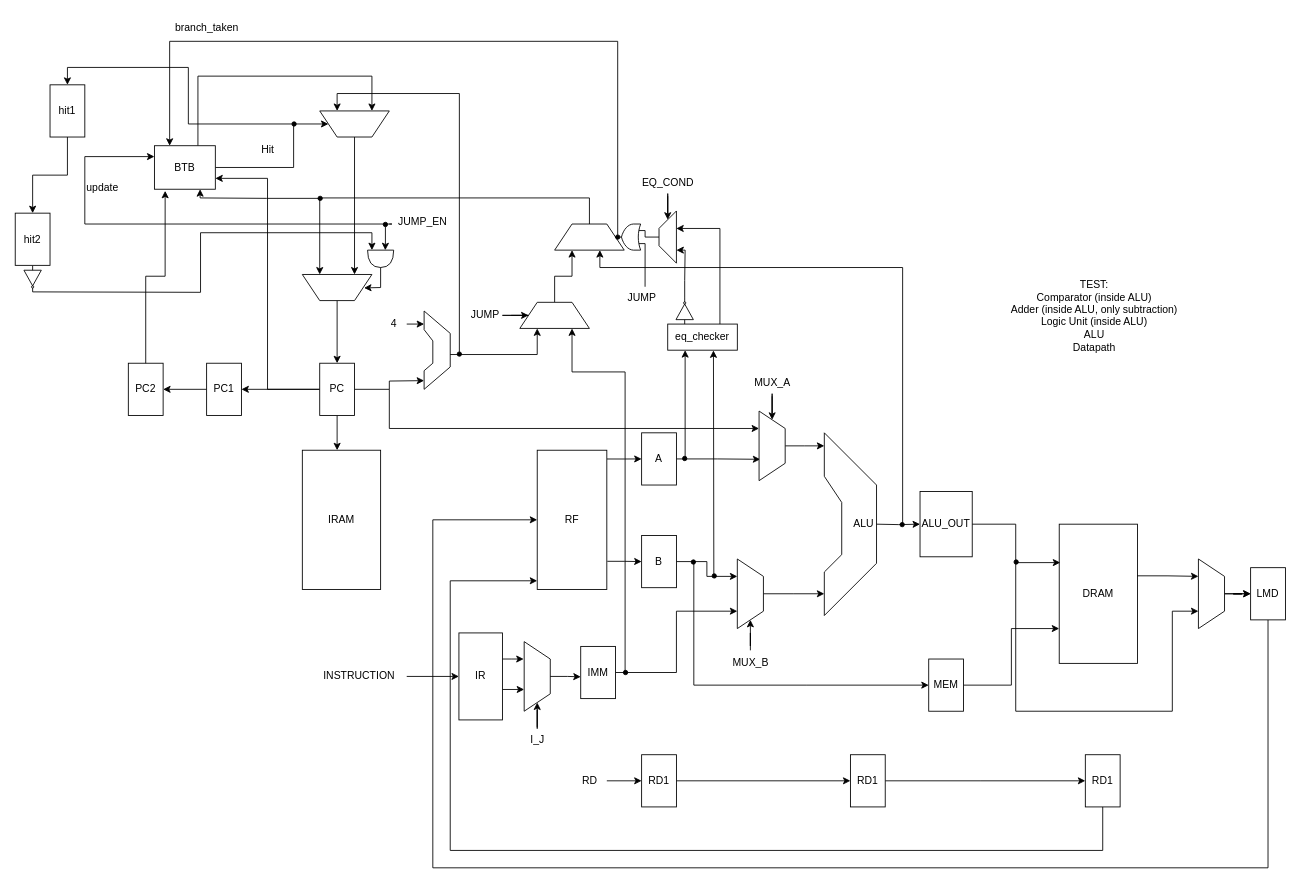
The draw.io diagram dlx.drawio in Luca-002/dlx, before the edit. Source tidied: cells renumbered, new cells numbered last; positions are measured from the earlier drawing's top-left corner, leaving out a move shared by most shapes. Both pictures are drawn from the tidied source at 87%, with x=0, y=0 at pixel (15, 15).
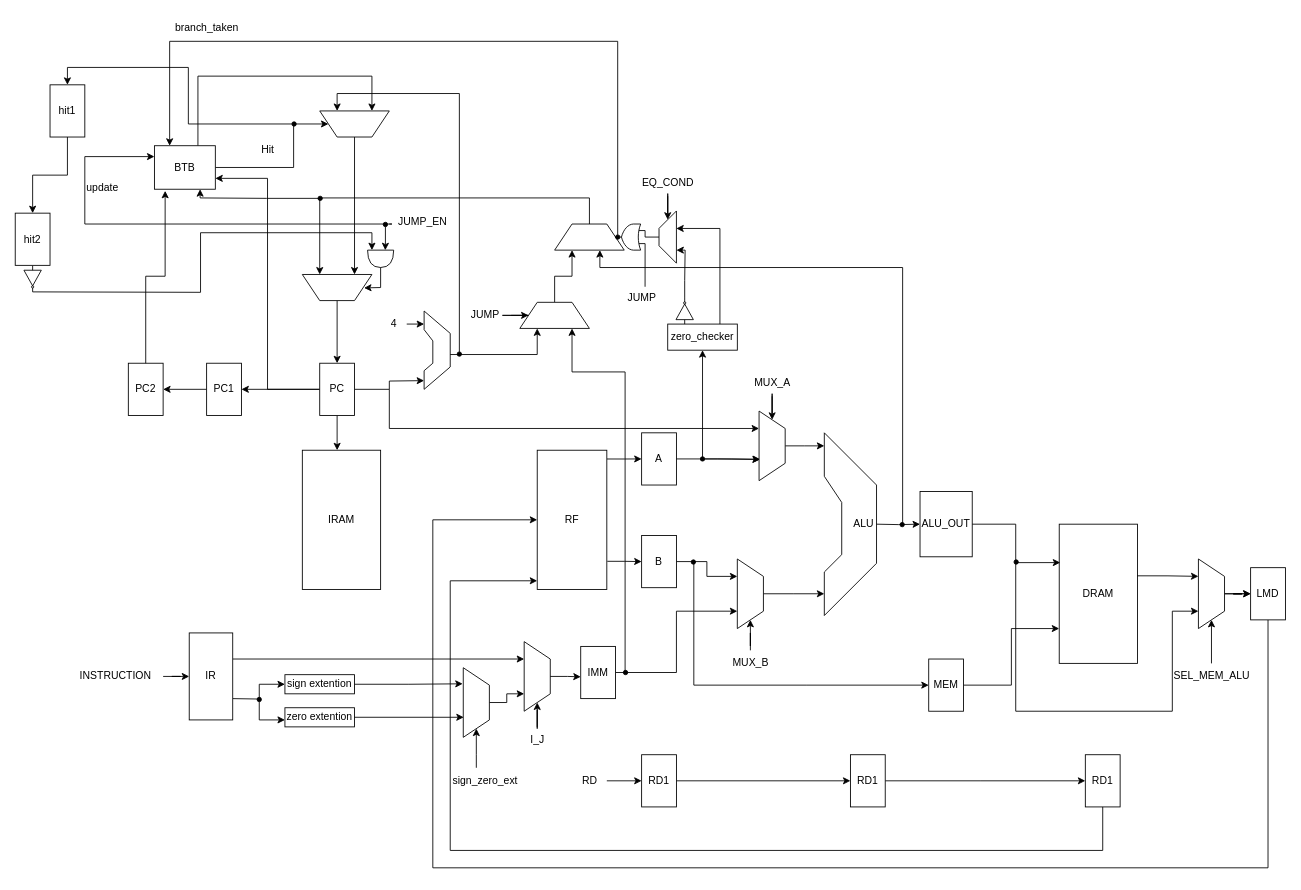
The same diagram, later.

Commit message (it also covers changes not shown here):
added zero extention to immediate and modified diagram

Unchanged cells that the change refers to:
```xml
<mxCell id="17" value="A" style="whiteSpace=wrap;html=1;" parent="1" vertex="1">
  <mxGeometry x="720" y="480" width="40" height="60" as="geometry" />
</mxCell>
<mxCell id="61" style="shape=trapezoid;perimeter=trapezoidPerimeter;whiteSpace=wrap;html=1;fixedSize=1;rotation=90;" parent="1" vertex="1">
  <mxGeometry x="1335" y="650" width="80" height="30" as="geometry" />
</mxCell>
<mxCell id="73" style="shape=trapezoid;perimeter=trapezoidPerimeter;whiteSpace=wrap;html=1;fixedSize=1;rotation=90;" parent="1" vertex="1">
  <mxGeometry x="830" y="480" width="80" height="30" as="geometry" />
</mxCell>
<mxCell id="95" style="shape=trapezoid;perimeter=trapezoidPerimeter;whiteSpace=wrap;html=1;fixedSize=1;rotation=90;" parent="1" vertex="1">
  <mxGeometry x="560" y="745" width="80" height="30" as="geometry" />
</mxCell>
```

What changed in the source:
```diff
@@
-    <mxCell id="16" style="edgeStyle=orthogonalEdgeStyle;rounded=0;jettySize=auto;html=1;entryX=0.693;entryY=0.954;entryDx=0;entryDy=0;entryPerimeter=0;" parent="1" edge="1" source="17" target="73">
+    <mxCell id="16" style="edgeStyle=orthogonalEdgeStyle;rounded=0;jettySize=auto;html=1;entryX=0.693;entryY=0.954;entryDx=0;entryDy=0;entryPerimeter=0;" parent="1" edge="1" source="77" target="73">
       <mxGeometry relative="1" as="geometry" />
     </mxCell>
@@
-    <mxCell id="69" value="eq_checker" style="whiteSpace=wrap;html=1;" parent="1" vertex="1">
+    <mxCell id="69" value="zero_checker" style="whiteSpace=wrap;html=1;" parent="1" vertex="1">
       <mxGeometry x="750" y="355" width="80" height="30" as="geometry" />
     </mxCell>
-    <mxCell id="70" style="endArrow=classic;html=1;rounded=0;entryX=0.25;entryY=1;entryDx=0;entryDy=0;" parent="1" edge="1" target="69">
+    <mxCell id="70" style="endArrow=classic;html=1;rounded=0;entryX=0.25;entryY=1;entryDx=0;entryDy=0;" parent="1" edge="1">
       <mxGeometry relative="1" as="geometry">
-        <mxPoint x="770" y="510" as="sourcePoint" />
+        <mxPoint x="790" y="510" as="sourcePoint" />
+        <mxPoint x="790" y="385" as="targetPoint" />
       </mxGeometry>
     </mxCell>
-    <mxCell id="71" style="endArrow=classic;html=1;rounded=0;entryX=0.657;entryY=1.009;entryDx=0;entryDy=0;entryPerimeter=0;" parent="1" edge="1" target="69">
-      <mxGeometry relative="1" as="geometry">
-        <mxPoint x="803" y="645" as="sourcePoint" />
-      </mxGeometry>
-    </mxCell>
@@
-    <mxCell id="77" style="ellipse;whiteSpace=wrap;html=1;fillColor=#000000;" parent="1" vertex="1">
-      <mxGeometry x="767" y="507" width="5" height="5" as="geometry" />
-    </mxCell>
-    <mxCell id="78" style="ellipse;whiteSpace=wrap;html=1;fillColor=#000000;" parent="1" vertex="1">
-      <mxGeometry x="801" y="642" width="5" height="5" as="geometry" />
-    </mxCell>
@@
-    <mxCell id="88" value="TEST:&lt;br&gt;Comparator (inside ALU)&lt;br&gt;Adder (inside ALU, only subtraction)&lt;br&gt;&lt;div&gt;Logic Unit (inside ALU)&lt;/div&gt;&lt;div&gt;ALU&lt;br&gt;Datapath&lt;/div&gt;&lt;div&gt;&lt;br&gt;&lt;/div&gt;" style="text;html=1;align=center;verticalAlign=middle;strokeColor=none;fillColor=none;" parent="1" vertex="1">
-      <mxGeometry x="1130" y="298" width="220" height="110" as="geometry" />
-    </mxCell>
-    <mxCell id="89" style="edgeStyle=orthogonalEdgeStyle;rounded=0;orthogonalLoop=1;jettySize=auto;html=1;entryX=0.5;entryY=1;entryDx=0;entryDy=0;" parent="1" edge="1">
-      <mxGeometry relative="1" as="geometry">
-        <mxPoint x="560" y="775" as="sourcePoint" />
-        <mxPoint x="585" y="775" as="targetPoint" />
-      </mxGeometry>
-    </mxCell>
+    <mxCell id="140" style="edgeStyle=orthogonalEdgeStyle;rounded=0;orthogonalLoop=1;jettySize=auto;html=1;" parent="1" edge="1">
+      <mxGeometry relative="1" as="geometry">
+        <mxPoint x="250" y="740" as="sourcePoint" />
+        <mxPoint x="585" y="740" as="targetPoint" />
+      </mxGeometry>
+    </mxCell>
+    <mxCell id="141" style="edgeStyle=orthogonalEdgeStyle;rounded=0;jettySize=auto;html=1;entryX=0;entryY=0.5;entryDx=0;entryDy=0;" parent="1" edge="1" target="146">
+      <mxGeometry relative="1" as="geometry">
+        <mxPoint x="250" y="785.5" as="sourcePoint" />
+      </mxGeometry>
+    </mxCell>
     <mxCell id="90" value="&lt;div&gt;IR&lt;/div&gt;" style="whiteSpace=wrap;html=1;" parent="1" vertex="1">
-      <mxGeometry x="510" y="710" width="50" height="100" as="geometry" />
+      <mxGeometry x="200" y="710" width="50" height="100" as="geometry" />
     </mxCell>
@@
     <mxCell id="92" value="INSTRUCTION" style="text;html=1;align=center;verticalAlign=middle;points=[];strokeColor=none;fillColor=none;" parent="1" vertex="1">
-      <mxGeometry x="340" y="745" width="110" height="30" as="geometry" />
+      <mxGeometry x="60" y="745" width="110" height="30" as="geometry" />
     </mxCell>
@@
-    <mxCell id="98" style="edgeStyle=orthogonalEdgeStyle;rounded=0;orthogonalLoop=1;jettySize=auto;html=1;entryX=0.5;entryY=1.02;entryDx=0;entryDy=0;entryPerimeter=0;" parent="1" edge="1">
-      <mxGeometry relative="1" as="geometry">
-        <mxPoint x="560" y="740" as="sourcePoint" />
-        <mxPoint x="584.4" y="740" as="targetPoint" />
-        <Array as="points">
-          <mxPoint x="570" y="740" />
-          <mxPoint x="570" y="740" />
-        </Array>
-      </mxGeometry>
-    </mxCell>
@@
+    <mxCell id="77" style="ellipse;whiteSpace=wrap;html=1;fillColor=#000000;" parent="1" vertex="1">
+      <mxGeometry x="787.5" y="507.5" width="5" height="5" as="geometry" />
+    </mxCell>
+    <mxCell id="142" style="edgeStyle=orthogonalEdgeStyle;rounded=0;jettySize=auto;html=1;entryX=0.695;entryY=0.973;entryDx=0;entryDy=0;entryPerimeter=0;" parent="1" edge="1" source="17" target="73">
+      <mxGeometry relative="1" as="geometry" />
+    </mxCell>
+    <mxCell id="143" style="edgeStyle=orthogonalEdgeStyle;rounded=0;jettySize=auto;html=1;entryX=1;entryY=0.5;entryDx=0;entryDy=0;" parent="1" edge="1" source="144" target="61">
+      <mxGeometry relative="1" as="geometry" />
+    </mxCell>
+    <mxCell id="144" value="SEL_MEM_ALU" style="text;html=1;align=center;verticalAlign=middle;points=[];strokeColor=none;fillColor=none;" parent="1" vertex="1">
+      <mxGeometry x="1320" y="745" width="110" height="30" as="geometry" />
+    </mxCell>
+    <mxCell id="145" style="edgeStyle=orthogonalEdgeStyle;rounded=0;jettySize=auto;html=1;entryX=0.231;entryY=1.023;entryDx=0;entryDy=0;entryPerimeter=0;" parent="1" edge="1" source="146" target="151">
+      <mxGeometry relative="1" as="geometry" />
+    </mxCell>
+    <mxCell id="146" value="sign extention" style="whiteSpace=wrap;html=1;" parent="1" vertex="1">
+      <mxGeometry x="310" y="758" width="80" height="22" as="geometry" />
+    </mxCell>
+    <mxCell id="147" style="edgeStyle=orthogonalEdgeStyle;rounded=0;jettySize=auto;html=1;entryX=0;entryY=0.636;entryDx=0;entryDy=0;entryPerimeter=0;" parent="1" edge="1" source="148" target="149">
+      <mxGeometry relative="1" as="geometry">
+        <Array as="points">
+          <mxPoint x="281" y="810" />
+        </Array>
+      </mxGeometry>
+    </mxCell>
+    <mxCell id="148" style="ellipse;whiteSpace=wrap;html=1;fillColor=#000000;" parent="1" vertex="1">
+      <mxGeometry x="278" y="784" width="5" height="5" as="geometry" />
+    </mxCell>
+    <mxCell id="149" value="zero extention" style="whiteSpace=wrap;html=1;" parent="1" vertex="1">
+      <mxGeometry x="310" y="796" width="80" height="22" as="geometry" />
+    </mxCell>
+    <mxCell id="150" style="edgeStyle=orthogonalEdgeStyle;rounded=0;jettySize=auto;html=1;entryX=0.75;entryY=1;entryDx=0;entryDy=0;" parent="1" edge="1" source="151" target="95">
+      <mxGeometry relative="1" as="geometry" />
+    </mxCell>
+    <mxCell id="151" style="shape=trapezoid;perimeter=trapezoidPerimeter;whiteSpace=wrap;html=1;fixedSize=1;rotation=90;" parent="1" vertex="1">
+      <mxGeometry x="490" y="775" width="80" height="30" as="geometry" />
+    </mxCell>
+    <mxCell id="152" style="edgeStyle=orthogonalEdgeStyle;rounded=0;jettySize=auto;html=1;entryX=0.712;entryY=0.982;entryDx=0;entryDy=0;entryPerimeter=0;" parent="1" edge="1" source="149" target="151">
+      <mxGeometry relative="1" as="geometry" />
+    </mxCell>
+    <mxCell id="153" style="edgeStyle=orthogonalEdgeStyle;rounded=0;jettySize=auto;html=1;entryX=1;entryY=0.5;entryDx=0;entryDy=0;" parent="1" edge="1" source="154" target="151">
+      <mxGeometry relative="1" as="geometry">
+        <Array as="points">
+          <mxPoint x="530" y="850" />
+          <mxPoint x="530" y="850" />
+        </Array>
+      </mxGeometry>
+    </mxCell>
+    <mxCell id="154" value="sign_zero_ext" style="text;html=1;align=center;verticalAlign=middle;points=[];strokeColor=none;fillColor=none;" parent="1" vertex="1">
+      <mxGeometry x="490" y="865" width="100" height="30" as="geometry" />
+    </mxCell>
```
